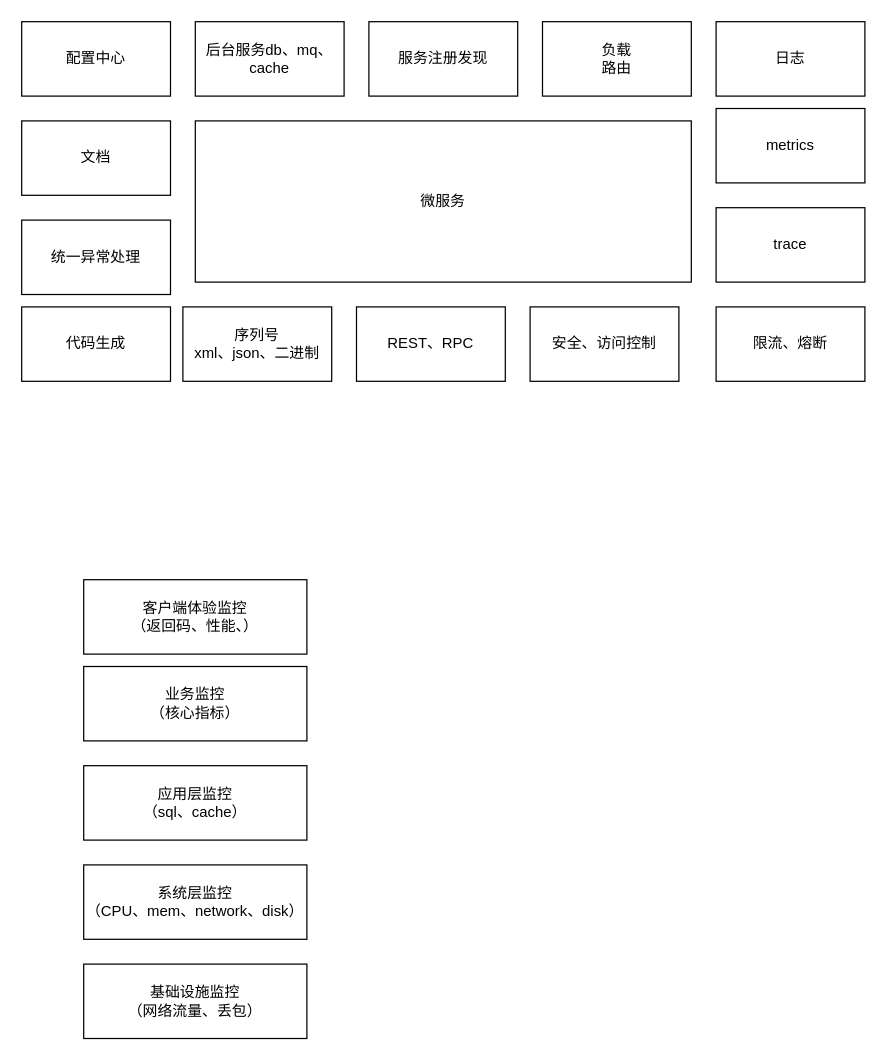
Above: 微服务.drawio in zhufuyin/draw (draw.io), before the change. Source tidied: cells renumbered, new cells numbered last; positions are measured from the earlier drawing's top-left corner, leaving out a move shared by most shapes. Both pictures are drawn from the tidied source at 124%, with x=0, y=0 at pixel (21, 21).
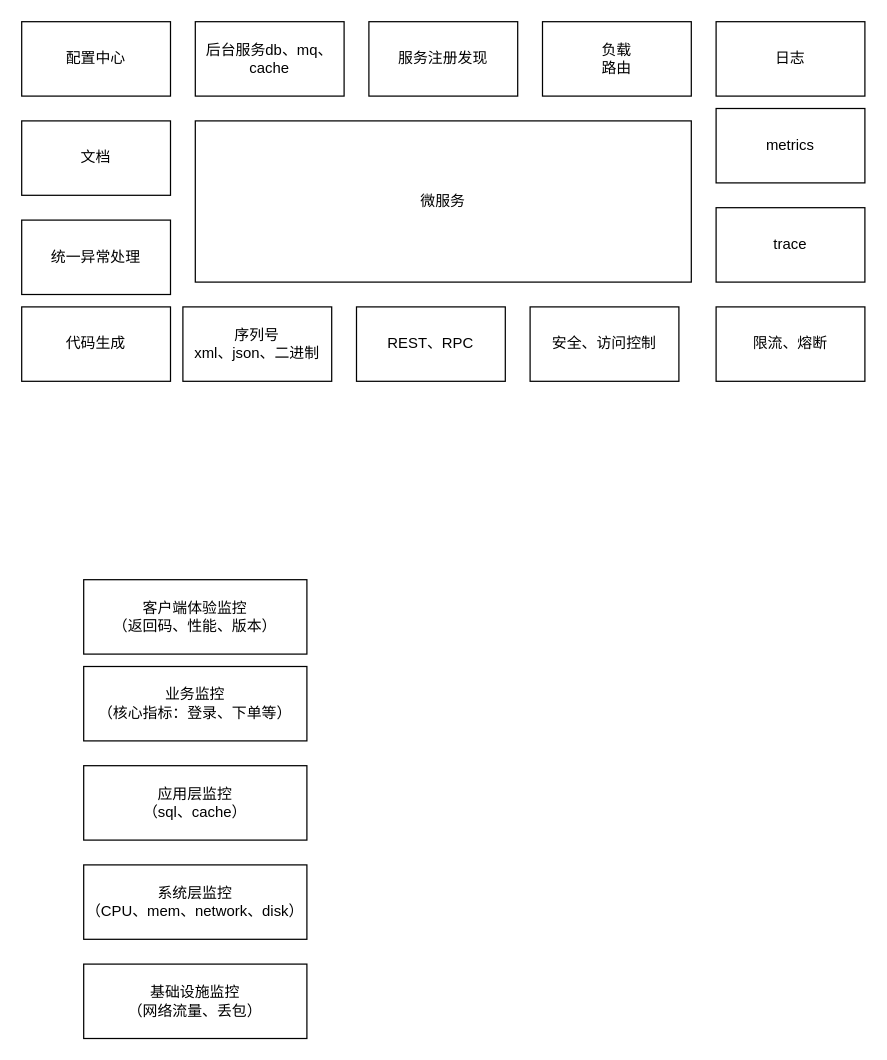
After the change.

Commit message (it also covers changes not shown here):
更新微服务.drawio

Diff of the diagram source:
```diff
@@
-    <mxCell id="20" value="业务监控&lt;br&gt;（核心指标）" style="rounded=0;whiteSpace=wrap;html=1;fillColor=none;" parent="1" vertex="1">
+    <mxCell id="20" value="业务监控&lt;br&gt;（核心指标：登录、下单等）" style="rounded=0;whiteSpace=wrap;html=1;fillColor=none;" parent="1" vertex="1">
       <mxGeometry x="50" y="520" width="180" height="60" as="geometry" />
     </mxCell>
-    <mxCell id="21" value="客户端体验监控&lt;br&gt;（返回码、性能、）" style="rounded=0;whiteSpace=wrap;html=1;fillColor=none;" parent="1" vertex="1">
+    <mxCell id="21" value="客户端体验监控&lt;br&gt;（返回码、性能、版本）" style="rounded=0;whiteSpace=wrap;html=1;fillColor=none;" parent="1" vertex="1">
       <mxGeometry x="50" y="450" width="180" height="60" as="geometry" />
     </mxCell>
```
